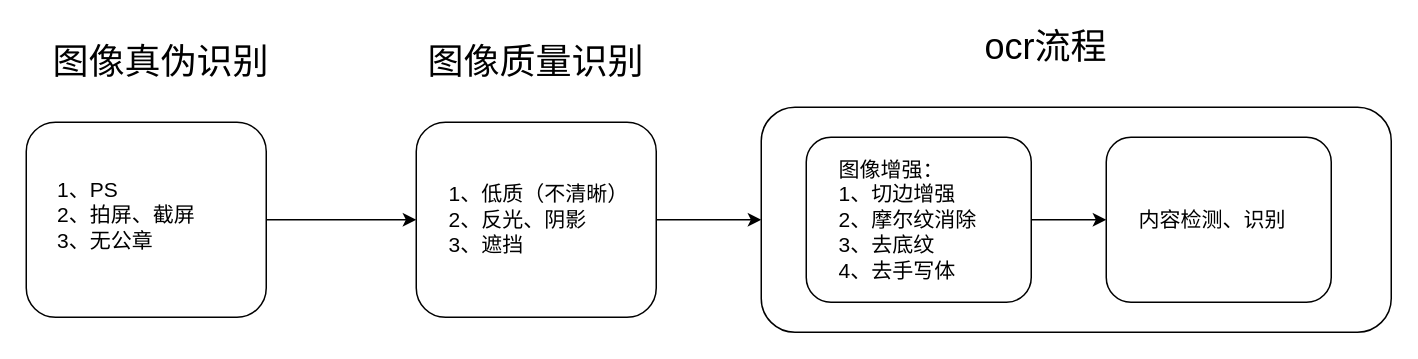
Linranran/my_images keeps this draw.io diagram as 营业执照审核流程图.drawio. Above is the earlier version. Source tidied: cells renumbered, new cells numbered last; positions are measured from the earlier drawing's top-left corner, leaving out a move shared by most shapes. Both pictures are drawn from the tidied source at 150%, with x=0, y=0 at pixel (26, 32).
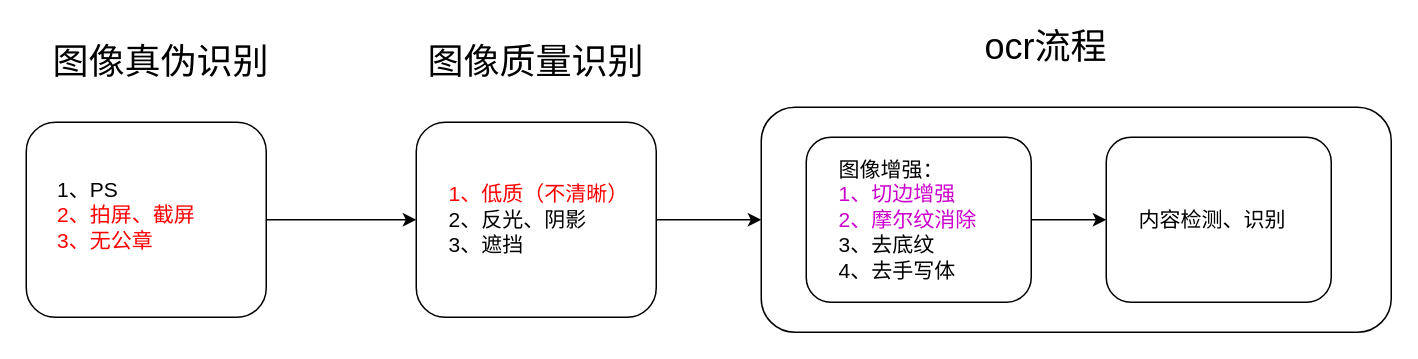
After the change.

Commit message:
更新营业执照审核流程图.drawio

Unchanged cells that the change refers to:
```xml
<mxCell id="7" style="group;" parent="1" vertex="1">
  <mxGeometry x="520" y="70" width="150" height="110" as="geometry" />
</mxCell>
<mxCell id="14" style="group;" parent="1" vertex="1">
  <mxGeometry x="260" y="60" width="160" height="130" as="geometry" />
</mxCell>
<mxCell id="17" style="group;" parent="1" vertex="1">
  <mxGeometry y="60" width="180" height="130" as="geometry" />
</mxCell>
```

Diff of the diagram source:
```diff
@@
-    <mxCell id="9" value="&lt;font style=&quot;font-size: 14px;&quot;&gt;图像增强：&lt;br&gt;1、切边增强&lt;br&gt;2、摩尔纹消除&lt;br&gt;3、去底纹&lt;br&gt;4、去手写体&lt;br&gt;&lt;/font&gt;" style="text;html=1;strokeColor=none;fillColor=none;align=left;verticalAlign=middle;whiteSpace=wrap;rounded=0;" parent="7" vertex="1">
+    <mxCell id="9" value="&lt;font style=&quot;font-size: 14px;&quot;&gt;图像增强：&lt;br&gt;&lt;font color=&quot;#cc00cc&quot;&gt;1、切边增强&lt;br&gt;2、摩尔纹消除&lt;/font&gt;&lt;br&gt;3、去底纹&lt;br&gt;4、去手写体&lt;br&gt;&lt;/font&gt;" style="text;html=1;strokeColor=none;fillColor=none;align=left;verticalAlign=middle;whiteSpace=wrap;rounded=0;" parent="7" vertex="1">
       <mxGeometry x="19.8" y="10" width="110.5" height="90" as="geometry" />
     </mxCell>
@@
-    <mxCell id="16" value="&lt;font style=&quot;font-size: 14px;&quot;&gt;1、低质（不清晰）&lt;br&gt;2、反光、阴影&lt;br&gt;3、遮挡&lt;br&gt;&lt;/font&gt;" style="text;html=1;strokeColor=none;fillColor=none;align=left;verticalAlign=middle;whiteSpace=wrap;rounded=0;" parent="14" vertex="1">
+    <mxCell id="16" value="&lt;font style=&quot;font-size: 14px;&quot;&gt;&lt;font color=&quot;#ff0000&quot;&gt;1、低质（不清晰）&lt;/font&gt;&lt;br&gt;2、反光、阴影&lt;br&gt;3、遮挡&lt;br&gt;&lt;/font&gt;" style="text;html=1;strokeColor=none;fillColor=none;align=left;verticalAlign=middle;whiteSpace=wrap;rounded=0;" parent="14" vertex="1">
       <mxGeometry x="19.5" y="20" width="130.5" height="90" as="geometry" />
     </mxCell>
@@
-    <mxCell id="19" value="&lt;font style=&quot;font-size: 14px;&quot;&gt;1、PS&lt;br&gt;2、拍屏、截屏&lt;br&gt;3、无公章&lt;br&gt;&lt;/font&gt;" style="text;html=1;strokeColor=none;fillColor=none;align=left;verticalAlign=middle;whiteSpace=wrap;rounded=0;" parent="17" vertex="1">
+    <mxCell id="19" value="&lt;font style=&quot;font-size: 14px;&quot;&gt;1、PS&lt;br&gt;&lt;font color=&quot;#ff0000&quot;&gt;2、拍屏、截屏&lt;br&gt;3、无公章&lt;/font&gt;&lt;br&gt;&lt;/font&gt;" style="text;html=1;strokeColor=none;fillColor=none;align=left;verticalAlign=middle;whiteSpace=wrap;rounded=0;" parent="17" vertex="1">
       <mxGeometry x="19" y="17" width="161" height="90" as="geometry" />
     </mxCell>
```
